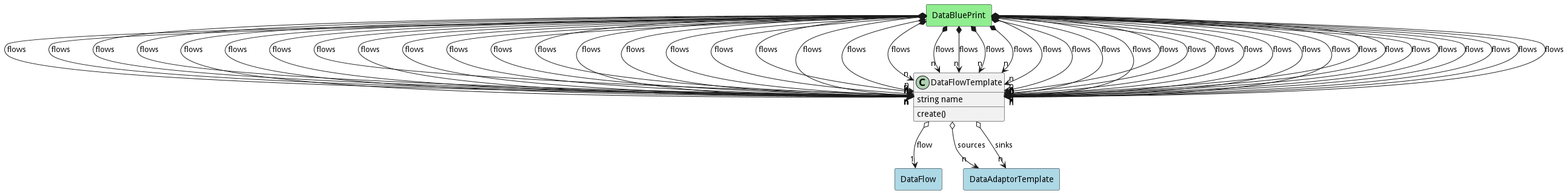
This is docs/edgemere/diml/ddf/models/dataflowtemplate/logical.png from madajaju/edgemere, a PlantUML export, as it was before one commit. Its diagram source:
```plantuml
@startuml

class "DataFlowTemplate" as Model {
 string name

 create()

}

rectangle "DataFlow" as DataFlow #lightblue {
}

Model o--> "1" DataFlow : flow


rectangle "DataAdaptorTemplate" as DataAdaptorTemplate #lightblue {
}

Model o--> "n" DataAdaptorTemplate : sources


rectangle "DataAdaptorTemplate" as DataAdaptorTemplate #lightblue {
}

Model o--> "n" DataAdaptorTemplate : sinks




    rectangle "DataBluePrint" as DataBluePrint #lightgreen {
    }

        DataBluePrint   *--> "n" Model : "flows"

    rectangle "DataBluePrint" as DataBluePrint #lightgreen {
    }

        DataBluePrint   *--> "n" Model : "flows"

    rectangle "DataBluePrint" as DataBluePrint #lightgreen {
    }

        DataBluePrint   *--> "n" Model : "flows"

    rectangle "DataBluePrint" as DataBluePrint #lightgreen {
    }

        DataBluePrint   *--> "n" Model : "flows"

    rectangle "DataBluePrint" as DataBluePrint #lightgreen {
    }

        DataBluePrint   *--> "n" Model : "flows"

    rectangle "DataBluePrint" as DataBluePrint #lightgreen {
    }

        DataBluePrint   *--> "n" Model : "flows"

    rectangle "DataBluePrint" as DataBluePrint #lightgreen {
    }

        DataBluePrint   *--> "n" Model : "flows"

    rectangle "DataBluePrint" as DataBluePrint #lightgreen {
    }

        DataBluePrint   *--> "n" Model : "flows"

    rectangle "DataBluePrint" as DataBluePrint #lightgreen {
    }

        DataBluePrint   *--> "n" Model : "flows"

    rectangle "DataBluePrint" as DataBluePrint #lightgreen {
    }

        DataBluePrint   *--> "n" Model : "flows"

    rectangle "DataBluePrint" as DataBluePrint #lightgreen {
    }

        DataBluePrint   *--> "n" Model : "flows"

    rectangle "DataBluePrint" as DataBluePrint #lightgreen {
    }

        DataBluePrint   *--> "n" Model : "flows"

    rectangle "DataBluePrint" as DataBluePrint #lightgreen {
    }

        DataBluePrint   *--> "n" Model : "flows"

    rectangle "DataBluePrint" as DataBluePrint #lightgreen {
    }

        DataBluePrint   *--> "n" Model : "flows"

    rectangle "DataBluePrint" as DataBluePrint #lightgreen {
    }

        DataBluePrint   *--> "n" Model : "flows"

    rectangle "DataBluePrint" as DataBluePrint #lightgreen {
    }

        DataBluePrint   *--> "n" Model : "flows"

    rectangle "DataBluePrint" as DataBluePrint #lightgreen {
    }

        DataBluePrint   *--> "n" Model : "flows"

    rectangle "DataBluePrint" as DataBluePrint #lightgreen {
    }

        DataBluePrint   *--> "n" Model : "flows"

    rectangle "DataBluePrint" as DataBluePrint #lightgreen {
    }

        DataBluePrint   *--> "n" Model : "flows"

    rectangle "DataBluePrint" as DataBluePrint #lightgreen {
    }

        DataBluePrint   *--> "n" Model : "flows"

    rectangle "DataBluePrint" as DataBluePrint #lightgreen {
    }

        DataBluePrint   *--> "n" Model : "flows"

    rectangle "DataBluePrint" as DataBluePrint #lightgreen {
    }

        DataBluePrint   *--> "n" Model : "flows"

    rectangle "DataBluePrint" as DataBluePrint #lightgreen {
    }

        DataBluePrint   *--> "n" Model : "flows"

    rectangle "DataBluePrint" as DataBluePrint #lightgreen {
    }

        DataBluePrint   *--> "n" Model : "flows"

    rectangle "DataBluePrint" as DataBluePrint #lightgreen {
    }

        DataBluePrint   *--> "n" Model : "flows"

    rectangle "DataBluePrint" as DataBluePrint #lightgreen {
    }

        DataBluePrint   *--> "n" Model : "flows"

    rectangle "DataBluePrint" as DataBluePrint #lightgreen {
    }

        DataBluePrint   *--> "n" Model : "flows"

    rectangle "DataBluePrint" as DataBluePrint #lightgreen {
    }

        DataBluePrint   *--> "n" Model : "flows"

    rectangle "DataBluePrint" as DataBluePrint #lightgreen {
    }

        DataBluePrint   *--> "n" Model : "flows"

    rectangle "DataBluePrint" as DataBluePrint #lightgreen {
    }

        DataBluePrint   *--> "n" Model : "flows"

    rectangle "DataBluePrint" as DataBluePrint #lightgreen {
    }

        DataBluePrint   *--> "n" Model : "flows"

    rectangle "DataBluePrint" as DataBluePrint #lightgreen {
    }

        DataBluePrint   *--> "n" Model : "flows"

    rectangle "DataBluePrint" as DataBluePrint #lightgreen {
    }

        DataBluePrint   *--> "n" Model : "flows"

    rectangle "DataBluePrint" as DataBluePrint #lightgreen {
    }

        DataBluePrint   *--> "n" Model : "flows"

    rectangle "DataBluePrint" as DataBluePrint #lightgreen {
    }

        DataBluePrint   *--> "n" Model : "flows"

    rectangle "DataBluePrint" as DataBluePrint #lightgreen {
    }

        DataBluePrint   *--> "n" Model : "flows"

    rectangle "DataBluePrint" as DataBluePrint #lightgreen {
    }

        DataBluePrint   *--> "n" Model : "flows"

    rectangle "DataBluePrint" as DataBluePrint #lightgreen {
    }

        DataBluePrint   *--> "n" Model : "flows"

    rectangle "DataBluePrint" as DataBluePrint #lightgreen {
    }

        DataBluePrint   *--> "n" Model : "flows"

    rectangle "DataBluePrint" as DataBluePrint #lightgreen {
    }

        DataBluePrint   *--> "n" Model : "flows"

    rectangle "DataBluePrint" as DataBluePrint #lightgreen {
    }

        DataBluePrint   *--> "n" Model : "flows"

    rectangle "DataBluePrint" as DataBluePrint #lightgreen {
    }

        DataBluePrint   *--> "n" Model : "flows"

    rectangle "DataBluePrint" as DataBluePrint #lightgreen {
    }

        DataBluePrint   *--> "n" Model : "flows"

    rectangle "DataBluePrint" as DataBluePrint #lightgreen {
    }

        DataBluePrint   *--> "n" Model : "flows"


@enduml
```
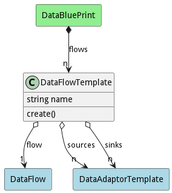
After the change.

The edit, as a diff of the source:
```diff
@@ -32,220 +32,5 @@
 
         DataBluePrint   *--> "n" Model : "flows"
 
-    rectangle "DataBluePrint" as DataBluePrint #lightgreen {
-    }
-
-        DataBluePrint   *--> "n" Model : "flows"
-
-    rectangle "DataBluePrint" as DataBluePrint #lightgreen {
-    }
-
-        DataBluePrint   *--> "n" Model : "flows"
-
-    rectangle "DataBluePrint" as DataBluePrint #lightgreen {
-    }
-
-        DataBluePrint   *--> "n" Model : "flows"
-
-    rectangle "DataBluePrint" as DataBluePrint #lightgreen {
-    }
-
-        DataBluePrint   *--> "n" Model : "flows"
-
-    rectangle "DataBluePrint" as DataBluePrint #lightgreen {
-    }
-
-        DataBluePrint   *--> "n" Model : "flows"
-
-    rectangle "DataBluePrint" as DataBluePrint #lightgreen {
-    }
-
-        DataBluePrint   *--> "n" Model : "flows"
-
-    rectangle "DataBluePrint" as DataBluePrint #lightgreen {
-    }
-
-        DataBluePrint   *--> "n" Model : "flows"
-
-    rectangle "DataBluePrint" as DataBluePrint #lightgreen {
-    }
-
-        DataBluePrint   *--> "n" Model : "flows"
-
-    rectangle "DataBluePrint" as DataBluePrint #lightgreen {
-    }
-
-        DataBluePrint   *--> "n" Model : "flows"
-
-    rectangle "DataBluePrint" as DataBluePrint #lightgreen {
-    }
-
-        DataBluePrint   *--> "n" Model : "flows"
-
-    rectangle "DataBluePrint" as DataBluePrint #lightgreen {
-    }
-
-        DataBluePrint   *--> "n" Model : "flows"
-
-    rectangle "DataBluePrint" as DataBluePrint #lightgreen {
-    }
-
-        DataBluePrint   *--> "n" Model : "flows"
-
-    rectangle "DataBluePrint" as DataBluePrint #lightgreen {
-    }
-
-        DataBluePrint   *--> "n" Model : "flows"
-
-    rectangle "DataBluePrint" as DataBluePrint #lightgreen {
-    }
-
-        DataBluePrint   *--> "n" Model : "flows"
-
-    rectangle "DataBluePrint" as DataBluePrint #lightgreen {
-    }
-
-        DataBluePrint   *--> "n" Model : "flows"
-
-    rectangle "DataBluePrint" as DataBluePrint #lightgreen {
-    }
-
-        DataBluePrint   *--> "n" Model : "flows"
-
-    rectangle "DataBluePrint" as DataBluePrint #lightgreen {
-    }
-
-        DataBluePrint   *--> "n" Model : "flows"
-
-    rectangle "DataBluePrint" as DataBluePrint #lightgreen {
-    }
-
-        DataBluePrint   *--> "n" Model : "flows"
-
-    rectangle "DataBluePrint" as DataBluePrint #lightgreen {
-    }
-
-        DataBluePrint   *--> "n" Model : "flows"
-
-    rectangle "DataBluePrint" as DataBluePrint #lightgreen {
-    }
-
-        DataBluePrint   *--> "n" Model : "flows"
-
-    rectangle "DataBluePrint" as DataBluePrint #lightgreen {
-    }
-
-        DataBluePrint   *--> "n" Model : "flows"
-
-    rectangle "DataBluePrint" as DataBluePrint #lightgreen {
-    }
-
-        DataBluePrint   *--> "n" Model : "flows"
-
-    rectangle "DataBluePrint" as DataBluePrint #lightgreen {
-    }
-
-        DataBluePrint   *--> "n" Model : "flows"
-
-    rectangle "DataBluePrint" as DataBluePrint #lightgreen {
-    }
-
-        DataBluePrint   *--> "n" Model : "flows"
-
-    rectangle "DataBluePrint" as DataBluePrint #lightgreen {
-    }
-
-        DataBluePrint   *--> "n" Model : "flows"
-
-    rectangle "DataBluePrint" as DataBluePrint #lightgreen {
-    }
-
-        DataBluePrint   *--> "n" Model : "flows"
-
-    rectangle "DataBluePrint" as DataBluePrint #lightgreen {
-    }
-
-        DataBluePrint   *--> "n" Model : "flows"
-
-    rectangle "DataBluePrint" as DataBluePrint #lightgreen {
-    }
-
-        DataBluePrint   *--> "n" Model : "flows"
-
-    rectangle "DataBluePrint" as DataBluePrint #lightgreen {
-    }
-
-        DataBluePrint   *--> "n" Model : "flows"
-
-    rectangle "DataBluePrint" as DataBluePrint #lightgreen {
-    }
-
-        DataBluePrint   *--> "n" Model : "flows"
-
-    rectangle "DataBluePrint" as DataBluePrint #lightgreen {
-    }
-
-        DataBluePrint   *--> "n" Model : "flows"
-
-    rectangle "DataBluePrint" as DataBluePrint #lightgreen {
-    }
-
-        DataBluePrint   *--> "n" Model : "flows"
-
-    rectangle "DataBluePrint" as DataBluePrint #lightgreen {
-    }
-
-        DataBluePrint   *--> "n" Model : "flows"
-
-    rectangle "DataBluePrint" as DataBluePrint #lightgreen {
-    }
-
-        DataBluePrint   *--> "n" Model : "flows"
-
-    rectangle "DataBluePrint" as DataBluePrint #lightgreen {
-    }
-
-        DataBluePrint   *--> "n" Model : "flows"
-
-    rectangle "DataBluePrint" as DataBluePrint #lightgreen {
-    }
-
-        DataBluePrint   *--> "n" Model : "flows"
-
-    rectangle "DataBluePrint" as DataBluePrint #lightgreen {
-    }
-
-        DataBluePrint   *--> "n" Model : "flows"
-
-    rectangle "DataBluePrint" as DataBluePrint #lightgreen {
-    }
-
-        DataBluePrint   *--> "n" Model : "flows"
-
-    rectangle "DataBluePrint" as DataBluePrint #lightgreen {
-    }
-
-        DataBluePrint   *--> "n" Model : "flows"
-
-    rectangle "DataBluePrint" as DataBluePrint #lightgreen {
-    }
-
-        DataBluePrint   *--> "n" Model : "flows"
-
-    rectangle "DataBluePrint" as DataBluePrint #lightgreen {
-    }
-
-        DataBluePrint   *--> "n" Model : "flows"
-
-    rectangle "DataBluePrint" as DataBluePrint #lightgreen {
-    }
-
-        DataBluePrint   *--> "n" Model : "flows"
-
-    rectangle "DataBluePrint" as DataBluePrint #lightgreen {
-    }
-
-        DataBluePrint   *--> "n" Model : "flows"
-
 
 @enduml
```
